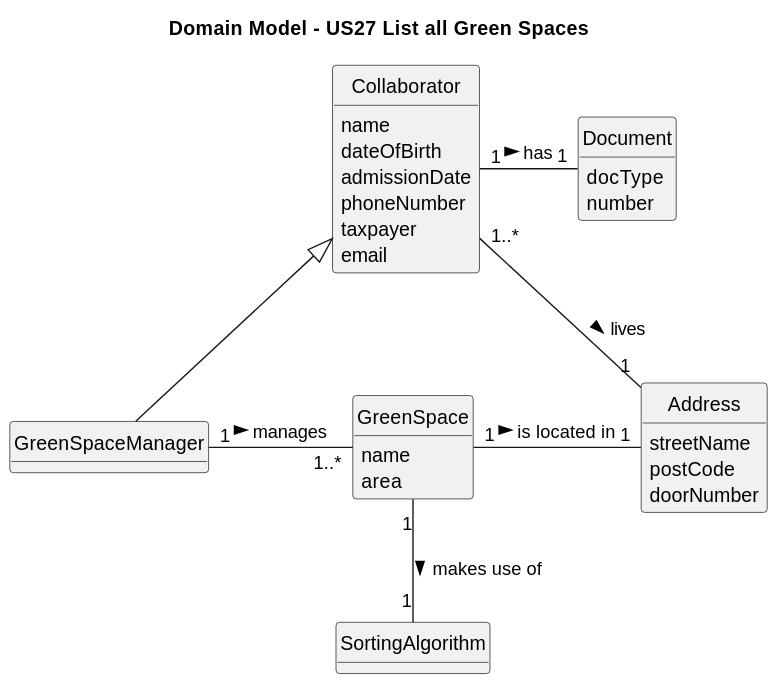
Departamento-de-Engenharia-Informatica/lei-24-s2-1db-g022 keeps this PlantUML diagram as docs/sprint3/us27/02.analysis/svg/us27-domain-model.svg. Above is the earlier version.
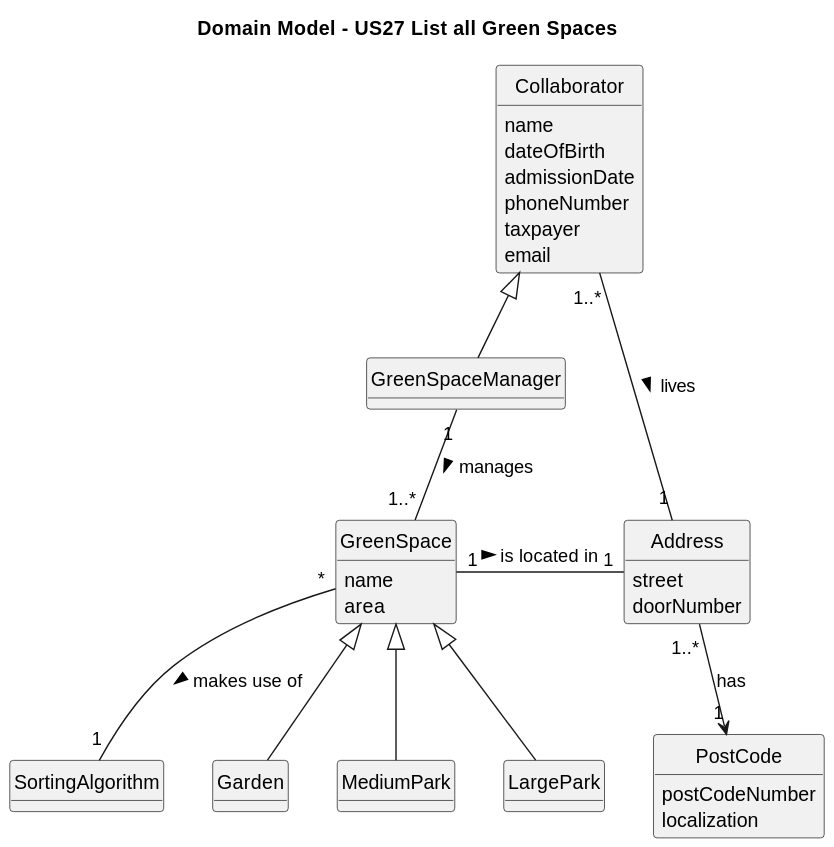
After the change.

What changed in the source:
```diff
@@ -8,7 +8,6 @@
 
 title Domain Model - US27 List all Green Spaces
 
-
 class Collaborator {
     name
     dateOfBirth
@@ -18,17 +17,15 @@
     email
 }
 
-class Document{
-    docType
-    number
-}
-
 class Address {
-    streetName
-    postCode
+    street
     doorNumber
 }
 
+class PostCode {
+    postCodeNumber
+    localization
+}
 
 class GreenSpaceManager {
 }
@@ -41,12 +38,25 @@
 class SortingAlgorithm {
 }
 
-Collaborator "1" - "1" Document : has >
+class Garden {
+}
+
+class MediumPark {
+}
+
+class LargePark {
+}
+
 Collaborator "1..*" -- "1" Address : lives >
 Collaborator  <|--  GreenSpaceManager
 
-GreenSpaceManager "1" - "1..*" GreenSpace : manages >
+Address "1..*" --> "1" PostCode : has
+
+GreenSpaceManager "1" -- "1..*" GreenSpace : manages >
 
 GreenSpace "1" - "1" Address : is located in >
-GreenSpace "1" -- "1" SortingAlgorithm : makes use of >
+GreenSpace "*" -- "1" SortingAlgorithm : makes use of >
+GreenSpace <|-- Garden
+GreenSpace <|-- MediumPark
+GreenSpace <|-- LargePark
 @enduml
```
